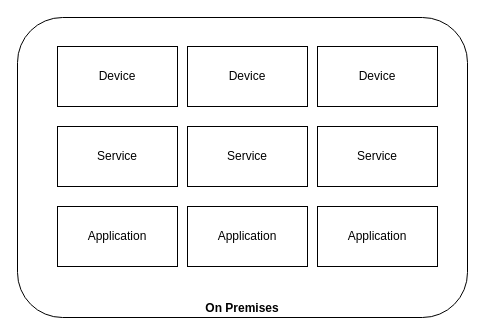
The draw.io diagram docs/saul-architecture.drawio in alwindoss/saul, before the edit. Source tidied: cells renumbered, new cells numbered last; positions are measured from the earlier drawing's top-left corner, leaving out a move shared by most shapes. Both pictures are drawn from the tidied source at 100%, with x=0, y=0 at pixel (17, 17).
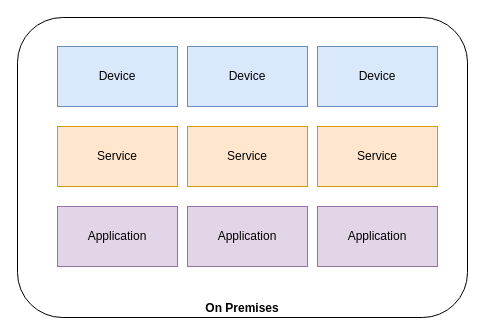
The same page after the edit.

Diff of the diagram source:
```diff
@@
 <mxGraphModel>
   <root>
     <mxCell id="0" />
     <mxCell id="1" parent="0" />
     <mxCell id="2" value="On Premises" style="rounded=1;whiteSpace=wrap;html=1;verticalAlign=bottom;fontStyle=1;" parent="1" vertex="1">
       <mxGeometry width="450" height="300" as="geometry" />
     </mxCell>
-    <mxCell id="3" value="Device" style="rounded=0;whiteSpace=wrap;html=1;" parent="1" vertex="1">
+    <mxCell id="3" value="Device" style="rounded=0;whiteSpace=wrap;html=1;fillColor=#dae8fc;strokeColor=#6c8ebf;" parent="1" vertex="1">
       <mxGeometry x="40" y="29" width="120" height="60" as="geometry" />
     </mxCell>
-    <mxCell id="4" value="Device" style="rounded=0;whiteSpace=wrap;html=1;" parent="1" vertex="1">
+    <mxCell id="4" value="Device" style="rounded=0;whiteSpace=wrap;html=1;fillColor=#dae8fc;strokeColor=#6c8ebf;" parent="1" vertex="1">
       <mxGeometry x="170" y="29" width="120" height="60" as="geometry" />
     </mxCell>
-    <mxCell id="5" value="Device" style="rounded=0;whiteSpace=wrap;html=1;" parent="1" vertex="1">
+    <mxCell id="5" value="Device" style="rounded=0;whiteSpace=wrap;html=1;fillColor=#dae8fc;strokeColor=#6c8ebf;" parent="1" vertex="1">
       <mxGeometry x="300" y="29" width="120" height="60" as="geometry" />
     </mxCell>
-    <mxCell id="6" value="Service" style="rounded=0;whiteSpace=wrap;html=1;" parent="1" vertex="1">
+    <mxCell id="6" value="Service" style="rounded=0;whiteSpace=wrap;html=1;fillColor=#ffe6cc;strokeColor=#d79b00;" parent="1" vertex="1">
       <mxGeometry x="40" y="109" width="120" height="60" as="geometry" />
     </mxCell>
-    <mxCell id="7" value="Service" style="rounded=0;whiteSpace=wrap;html=1;" parent="1" vertex="1">
+    <mxCell id="7" value="Service" style="rounded=0;whiteSpace=wrap;html=1;fillColor=#ffe6cc;strokeColor=#d79b00;" parent="1" vertex="1">
       <mxGeometry x="170" y="109" width="120" height="60" as="geometry" />
     </mxCell>
-    <mxCell id="8" value="Service" style="rounded=0;whiteSpace=wrap;html=1;" parent="1" vertex="1">
+    <mxCell id="8" value="Service" style="rounded=0;whiteSpace=wrap;html=1;fillColor=#ffe6cc;strokeColor=#d79b00;" parent="1" vertex="1">
       <mxGeometry x="300" y="109" width="120" height="60" as="geometry" />
     </mxCell>
-    <mxCell id="9" value="Application" style="rounded=0;whiteSpace=wrap;html=1;" parent="1" vertex="1">
+    <mxCell id="9" value="Application" style="rounded=0;whiteSpace=wrap;html=1;fillColor=#e1d5e7;strokeColor=#9673a6;" parent="1" vertex="1">
       <mxGeometry x="40" y="189" width="120" height="60" as="geometry" />
     </mxCell>
-    <mxCell id="10" value="Application" style="rounded=0;whiteSpace=wrap;html=1;" parent="1" vertex="1">
+    <mxCell id="10" value="Application" style="rounded=0;whiteSpace=wrap;html=1;fillColor=#e1d5e7;strokeColor=#9673a6;" parent="1" vertex="1">
       <mxGeometry x="170" y="189" width="120" height="60" as="geometry" />
     </mxCell>
-    <mxCell id="11" value="Application" style="rounded=0;whiteSpace=wrap;html=1;" parent="1" vertex="1">
+    <mxCell id="11" value="Application" style="rounded=0;whiteSpace=wrap;html=1;fillColor=#e1d5e7;strokeColor=#9673a6;" parent="1" vertex="1">
       <mxGeometry x="300" y="189" width="120" height="60" as="geometry" />
     </mxCell>
   </root>
 </mxGraphModel>
```
